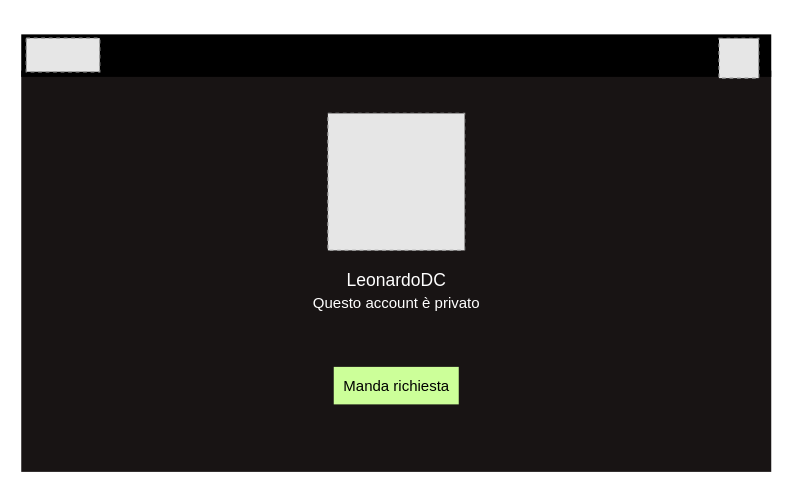
Before: ProfiloPrivato.drawio in Organizzazione-IngSoftware/D1Mockup, a draw.io diagram. Source tidied: cells renumbered, new cells numbered last; positions are measured from the earlier drawing's top-left corner, leaving out a move shared by most shapes. Both pictures are drawn from the tidied source at 125%, with x=0, y=0 at pixel (21, 34). Pictures stored in the file or linked from it are replaced by grey dashed boxes.
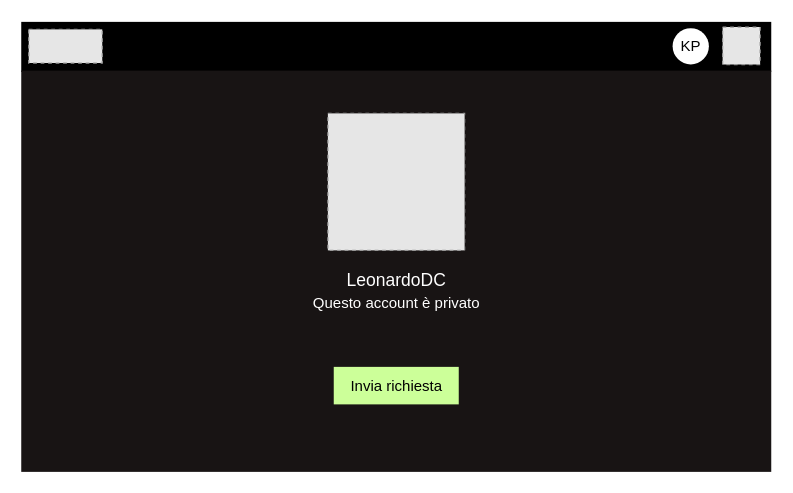
The same diagram, later.

Commit message:
Commit di fix del venerdì pomeriggio

The edit, as a diff of the source:
```diff
@@
 <mxGraphModel>
   <root>
     <mxCell id="0" />
     <mxCell id="1" parent="0" />
+    <mxCell id="9" style="rounded=0;whiteSpace=wrap;html=1;fillColor=#000000;strokeColor=none;" parent="1" vertex="1">
+      <mxGeometry x="-0.5" y="-10" width="600" height="40" as="geometry" />
+    </mxCell>
     <mxCell id="2" style="rounded=0;whiteSpace=wrap;html=1;fillColor=#181414;strokeColor=none;" parent="1" vertex="1">
       <mxGeometry x="-0.5" y="29" width="600" height="321" as="geometry" />
     </mxCell>
-    <mxCell id="3" value="&lt;font style=&quot;font-size: 12px;&quot;&gt;Manda richiesta&lt;/font&gt;" style="rounded=0;whiteSpace=wrap;html=1;fontSize=14;fillColor=#CCFF99;strokeColor=none;" parent="1" vertex="1">
+    <mxCell id="3" value="&lt;font style=&quot;font-size: 12px;&quot;&gt;Invia richiesta&lt;/font&gt;" style="rounded=0;whiteSpace=wrap;html=1;fontSize=14;fillColor=#CCFF99;strokeColor=none;" parent="1" vertex="1">
       <mxGeometry x="249.5" y="266" width="100" height="30" as="geometry" />
     </mxCell>
     <mxCell id="4" value="&lt;font color=&quot;#ffffff&quot;&gt;LeonardoDC&lt;br&gt;&lt;font style=&quot;font-size: 12px;&quot;&gt;Questo account è privato&lt;/font&gt;&lt;/font&gt;" style="text;html=1;strokeColor=none;fillColor=none;align=center;verticalAlign=middle;whiteSpace=wrap;rounded=0;fontSize=14;" parent="1" vertex="1">
       <mxGeometry x="216.5" y="190" width="166" height="30" as="geometry" />
     </mxCell>
     <mxCell id="5" style="fillColor=#E6E6E6;strokeColor=#999999;dashed=1;verticalLabelPosition=bottom;labelBackgroundColor=default;verticalAlign=top;" parent="1" vertex="1">
       <mxGeometry x="244.8" y="63.2" width="109.4" height="109.6" as="geometry" />
     </mxCell>
-    <mxCell id="6" style="rounded=0;whiteSpace=wrap;html=1;fillColor=#000000;strokeColor=none;" parent="1" vertex="1">
-      <mxGeometry x="-0.5" width="600" height="34" as="geometry" />
-    </mxCell>
-    <mxCell id="7" style="fillColor=#E6E6E6;strokeColor=#999999;dashed=1;verticalLabelPosition=bottom;labelBackgroundColor=default;verticalAlign=top;" parent="1" vertex="1">
-      <mxGeometry x="557.7" y="3.2" width="31.8" height="31.8" as="geometry" />
-    </mxCell>
     <mxCell id="8" style="fillColor=#E6E6E6;strokeColor=#999999;dashed=1;verticalLabelPosition=bottom;labelBackgroundColor=default;verticalAlign=top;" parent="1" vertex="1">
-      <mxGeometry x="3.5" y="3" width="58.8" height="26.9" as="geometry" />
+      <mxGeometry x="5.5" y="-4" width="58.8" height="26.9" as="geometry" />
     </mxCell>
+    <mxCell id="10" style="fillColor=#E6E6E6;strokeColor=#999999;dashed=1;verticalLabelPosition=bottom;labelBackgroundColor=default;verticalAlign=top;" parent="1" vertex="1">
+      <mxGeometry x="560.6" y="-5.9" width="30" height="30" as="geometry" />
+    </mxCell>
+    <mxCell id="11" value="KP" style="ellipse;whiteSpace=wrap;html=1;strokeColor=none;" parent="1" vertex="1">
+      <mxGeometry x="520.6" y="-5" width="29" height="29" as="geometry" />
+    </mxCell>
   </root>
 </mxGraphModel>
```
